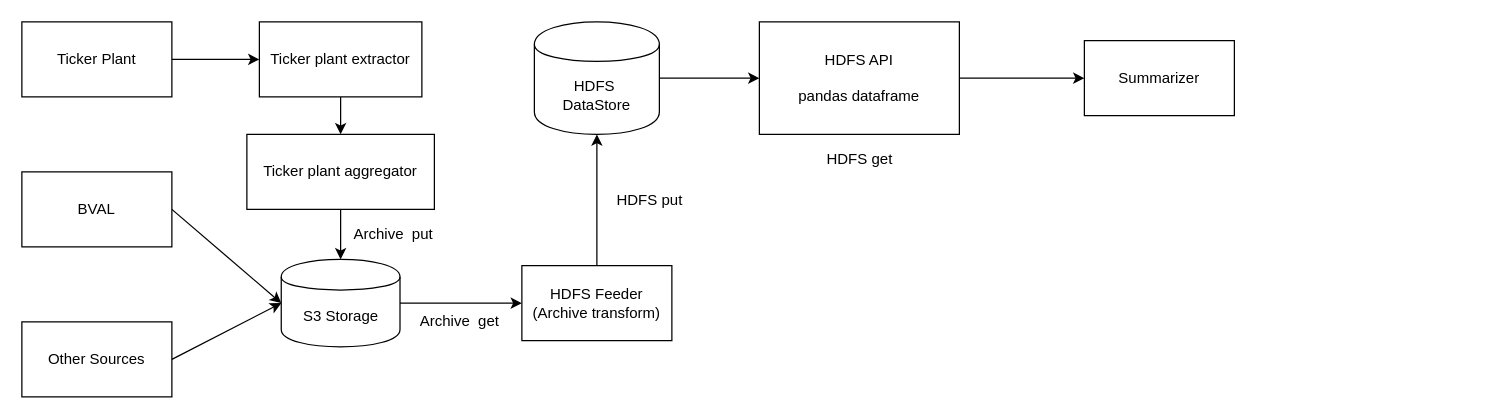
This is homework/1/src/main/Untitled Diagram.drawio from LiangRao/15214-Project, a draw.io file, before an edit. Source tidied: cells renumbered, new cells numbered last; positions are measured from the earlier drawing's top-left corner, leaving out a move shared by most shapes. Both pictures are drawn from the tidied source at 125%, with x=0, y=0 at pixel (21, 21).
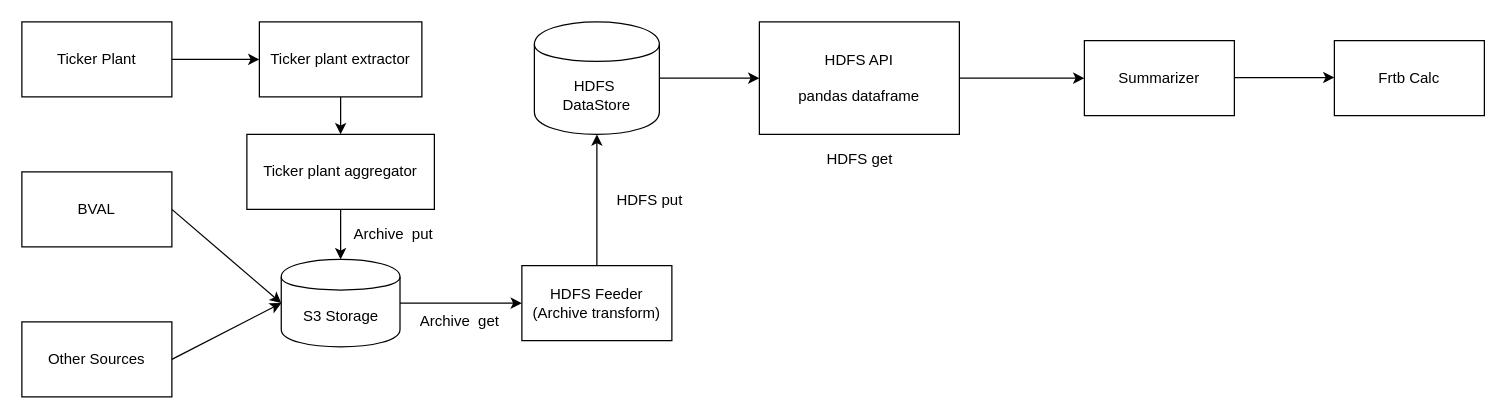
The same page after the edit.

Change to the diagram source:
```diff
@@
+    <mxCell id="25" value="Frtb Calc" style="rounded=0;whiteSpace=wrap;html=1;" parent="1" vertex="1">
+      <mxGeometry x="1050" y="15" width="120" height="60" as="geometry" />
+    </mxCell>
+    <mxCell id="26" style="endArrow=classic;html=1;" parent="1" edge="1">
+      <mxGeometry relative="1" as="geometry">
+        <mxPoint x="970" y="44.5" as="sourcePoint" />
+        <mxPoint x="1050" y="44.5" as="targetPoint" />
+      </mxGeometry>
+    </mxCell>
```
